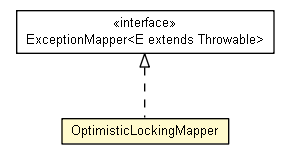
Earlier version of the Graphviz export doxdb-rest/apidocs/net/trajano/doxdb/rest/OptimisticLockingMapper.png (trajano/doxdb). Its source is kept beside it as doxdb-rest/apidocs/net/trajano/doxdb/rest/OptimisticLockingMapper.dot. Its diagram source:
```dot

digraph G {
	edge [fontname="arial",fontsize=10,labelfontname="arial",labelfontsize=10];
	node [fontname="arial",fontsize=10,shape=plaintext];
	nodesep=0.25;
	ranksep=0.5;
	c193 [label=<<table title="net.trajano.doxdb.rest.OptimisticLockingMapper" border="0" cellborder="1" cellspacing="0" cellpadding="2" port="p" bgcolor="lemonChiffon" href="./OptimisticLockingMapper.html">
		<tr><td><table border="0" cellspacing="0" cellpadding="1">
<tr><td align="center" balign="center"> OptimisticLockingMapper </td></tr>
		</table></td></tr>
		</table>>, URL="./OptimisticLockingMapper.html", fontname="arial", fontcolor="black", fontsize=10.0];
	c198:p -> c193:p [dir=back,arrowtail=empty,style=dashed];
	c198 [label=<<table title="javax.ws.rs.ext.ExceptionMapper" border="0" cellborder="1" cellspacing="0" cellpadding="2" port="p" href="http://java.sun.com/j2se/1.4.2/docs/api/javax/ws/rs/ext/ExceptionMapper.html">
		<tr><td><table border="0" cellspacing="0" cellpadding="1">
<tr><td align="center" balign="center"> &#171;interface&#187; </td></tr>
<tr><td align="center" balign="center"> ExceptionMapper&lt;E extends Throwable&gt; </td></tr>
		</table></td></tr>
		</table>>, URL="http://java.sun.com/j2se/1.4.2/docs/api/javax/ws/rs/ext/ExceptionMapper.html", fontname="arial", fontcolor="black", fontsize=10.0];
}
```
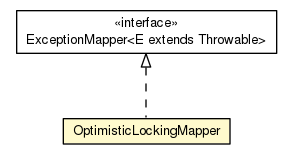
After the commit.

The edit, as a diff of the source:
```diff
@@ -1,19 +1,19 @@
 
 digraph G {
-	edge [fontname="arial",fontsize=10,labelfontname="arial",labelfontsize=10];
-	node [fontname="arial",fontsize=10,shape=plaintext];
+	edge [fontname="Helvetica",fontsize=10,labelfontname="Helvetica",labelfontsize=10];
+	node [fontname="Helvetica",fontsize=10,shape=plaintext];
 	nodesep=0.25;
 	ranksep=0.5;
-	c193 [label=<<table title="net.trajano.doxdb.rest.OptimisticLockingMapper" border="0" cellborder="1" cellspacing="0" cellpadding="2" port="p" bgcolor="lemonChiffon" href="./OptimisticLockingMapper.html">
+	c196 [label=<<table title="net.trajano.doxdb.rest.OptimisticLockingMapper" border="0" cellborder="1" cellspacing="0" cellpadding="2" port="p" bgcolor="lemonChiffon" href="./OptimisticLockingMapper.html">
 		<tr><td><table border="0" cellspacing="0" cellpadding="1">
 <tr><td align="center" balign="center"> OptimisticLockingMapper </td></tr>
 		</table></td></tr>
-		</table>>, URL="./OptimisticLockingMapper.html", fontname="arial", fontcolor="black", fontsize=10.0];
-	c198:p -> c193:p [dir=back,arrowtail=empty,style=dashed];
+		</table>>, URL="./OptimisticLockingMapper.html", fontname="Helvetica", fontcolor="black", fontsize=10.0];
+	c198:p -> c196:p [dir=back,arrowtail=empty,style=dashed];
 	c198 [label=<<table title="javax.ws.rs.ext.ExceptionMapper" border="0" cellborder="1" cellspacing="0" cellpadding="2" port="p" href="http://java.sun.com/j2se/1.4.2/docs/api/javax/ws/rs/ext/ExceptionMapper.html">
 		<tr><td><table border="0" cellspacing="0" cellpadding="1">
 <tr><td align="center" balign="center"> &#171;interface&#187; </td></tr>
 <tr><td align="center" balign="center"> ExceptionMapper&lt;E extends Throwable&gt; </td></tr>
 		</table></td></tr>
-		</table>>, URL="http://java.sun.com/j2se/1.4.2/docs/api/javax/ws/rs/ext/ExceptionMapper.html", fontname="arial", fontcolor="black", fontsize=10.0];
+		</table>>, URL="http://java.sun.com/j2se/1.4.2/docs/api/javax/ws/rs/ext/ExceptionMapper.html", fontname="Helvetica", fontcolor="black", fontsize=10.0];
 }
```
